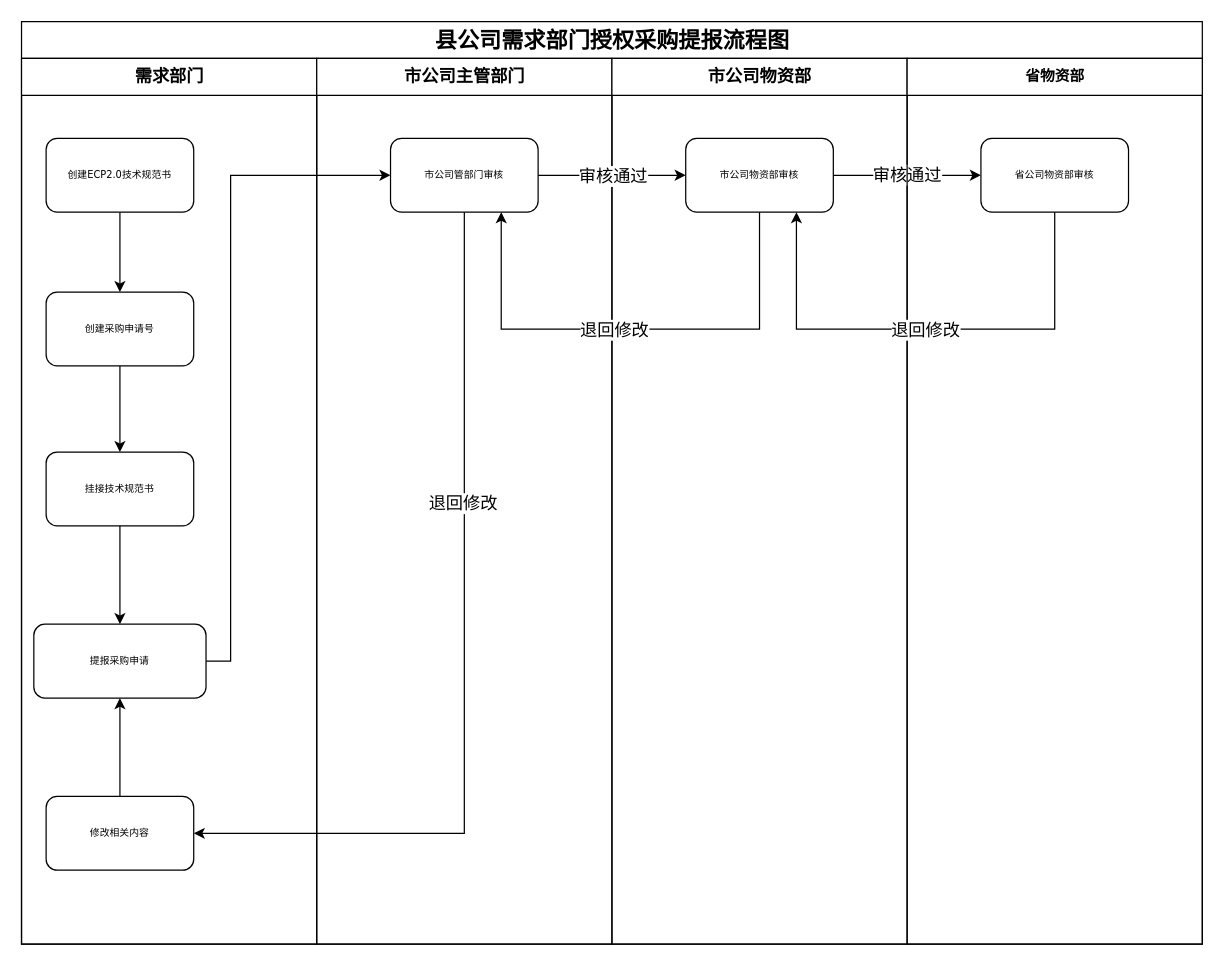
This is Untitled Diagram.drawio from KongValley/hugo, a draw.io file, before an edit. Source tidied: cells renumbered, new cells numbered last; positions are measured from the earlier drawing's top-left corner, leaving out a move shared by most shapes. Both pictures are drawn from the tidied source at 123%, with x=0, y=0 at pixel (21, 21).
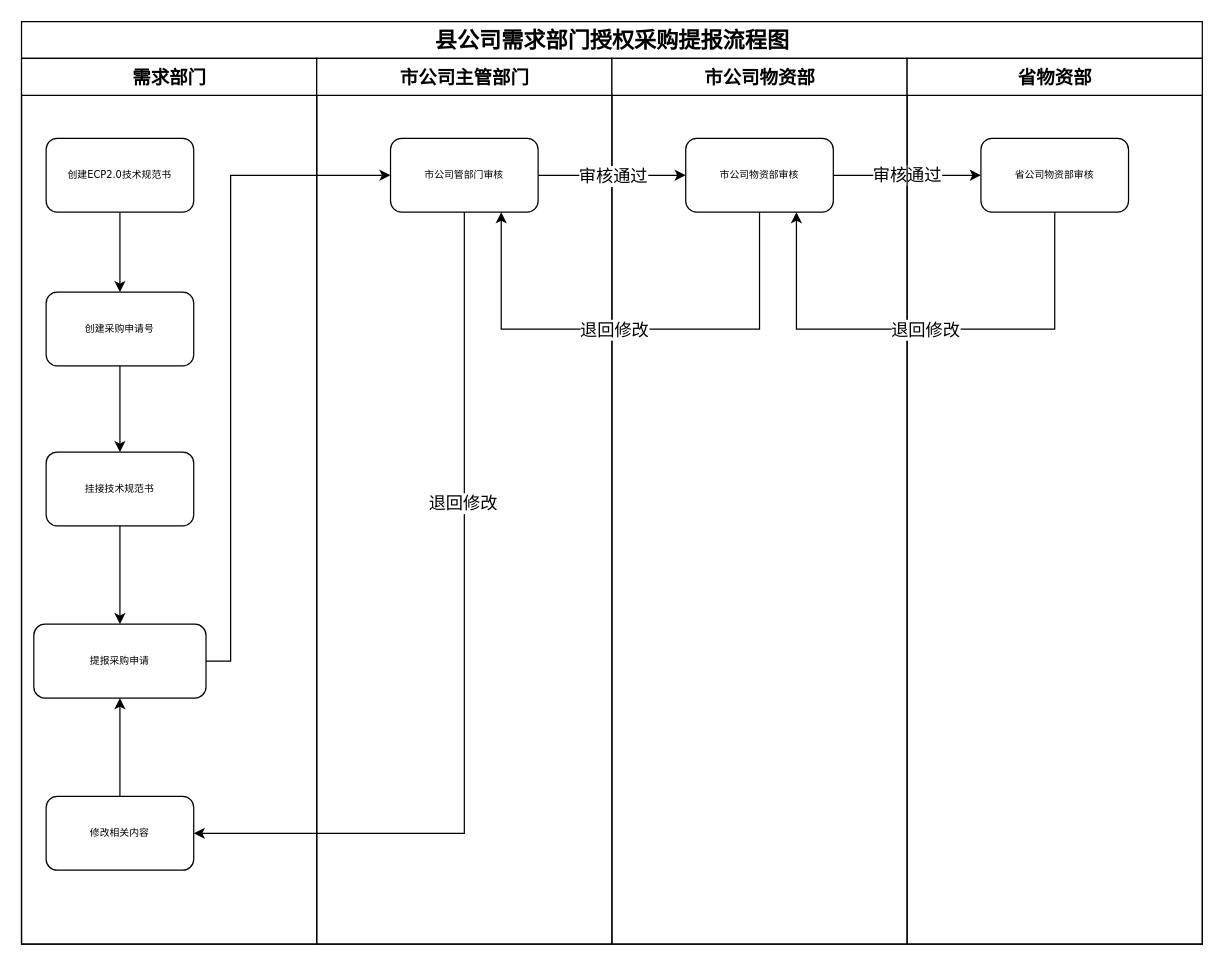
The same page after the edit.

The change refers to these unchanged cells:
```xml
<mxCell id="2" value="&lt;font style=&quot;font-size: 18px;&quot;&gt;县公司需求部门授权采购提报流程图&lt;/font&gt;" style="swimlane;html=1;startSize=30;rounded=0;shadow=0;labelBackgroundColor=none;strokeWidth=1;fontFamily=Verdana;fontSize=18;align=center;" parent="1" vertex="1">
  <mxGeometry width="960" height="750" as="geometry" />
</mxCell>
```

Diff of the diagram source:
```diff
@@
-    <mxCell id="3" value="需求部门" style="swimlane;html=1;startSize=30;fontSize=14;" parent="2" vertex="1">
+    <mxCell id="3" value="需求部门" style="swimlane;html=1;startSize=30;fontSize=15;" parent="2" vertex="1">
       <mxGeometry y="30" width="240" height="720" as="geometry" />
     </mxCell>
@@
-    <mxCell id="9" value="市公司主管部门" style="swimlane;html=1;startSize=30;fontSize=14;" parent="2" vertex="1">
+    <mxCell id="9" value="市公司主管部门" style="swimlane;html=1;startSize=30;fontSize=15;" parent="2" vertex="1">
       <mxGeometry x="240" y="30" width="240" height="720" as="geometry" />
     </mxCell>
@@
-    <mxCell id="11" value="市公司物资部" style="swimlane;html=1;startSize=30;fontSize=14;fontStyle=1;" parent="2" vertex="1">
+    <mxCell id="11" value="市公司物资部" style="swimlane;html=1;startSize=30;fontSize=15;fontStyle=1;" parent="2" vertex="1">
       <mxGeometry x="480" y="30" width="240" height="720" as="geometry" />
     </mxCell>
@@
-    <mxCell id="16" value="省物资部" style="swimlane;html=1;startSize=30;" parent="2" vertex="1">
+    <mxCell id="16" value="省物资部" style="swimlane;html=1;startSize=30;fontSize=15;" parent="2" vertex="1">
       <mxGeometry x="720" y="30" width="240" height="720" as="geometry" />
     </mxCell>
```
